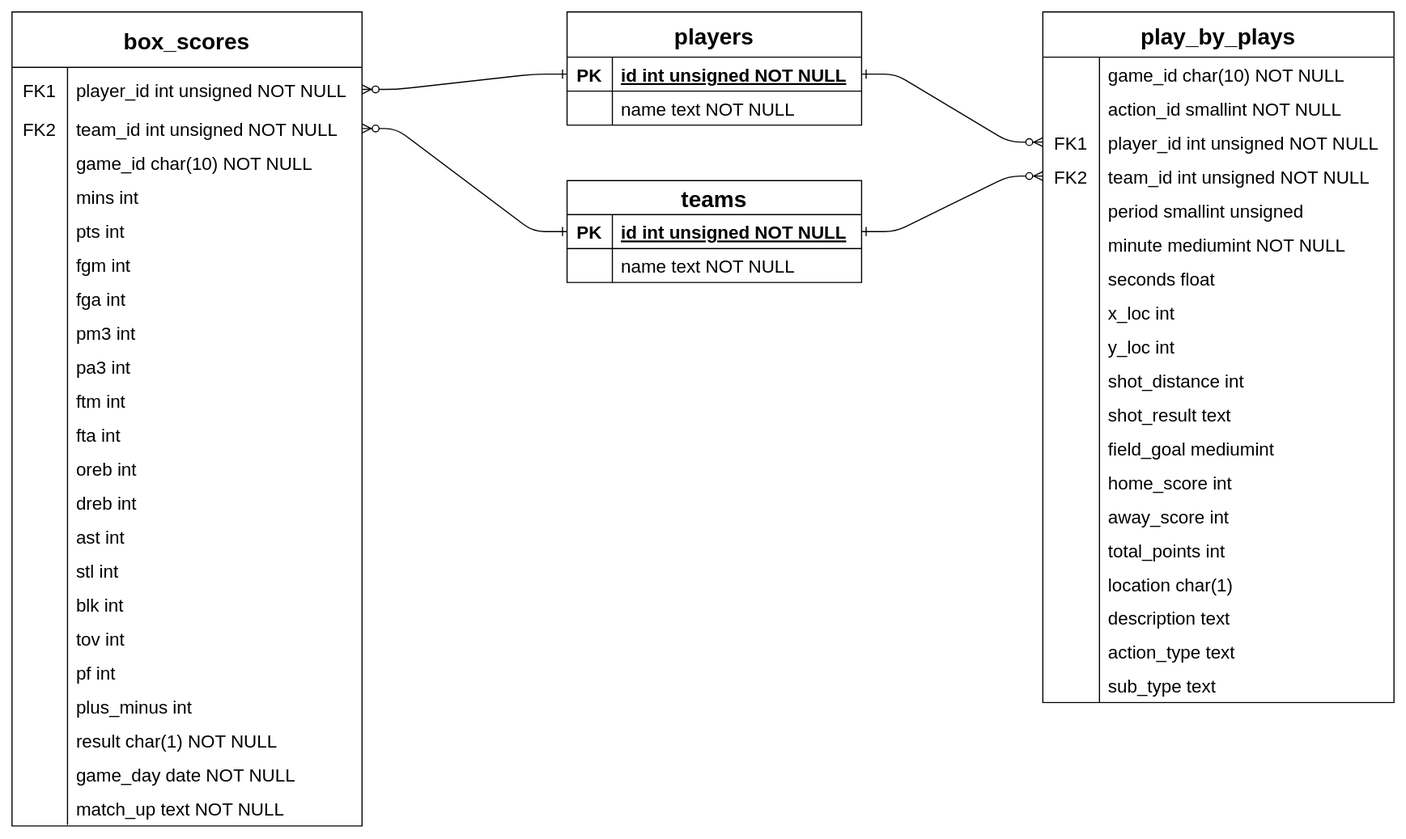
Above: schema.svg in Blunt10K/NBA (draw.io), before the change. Source tidied: cells renumbered, new cells last; positions are measured from the earlier drawing's top-left corner, leaving out a move shared by most shapes.
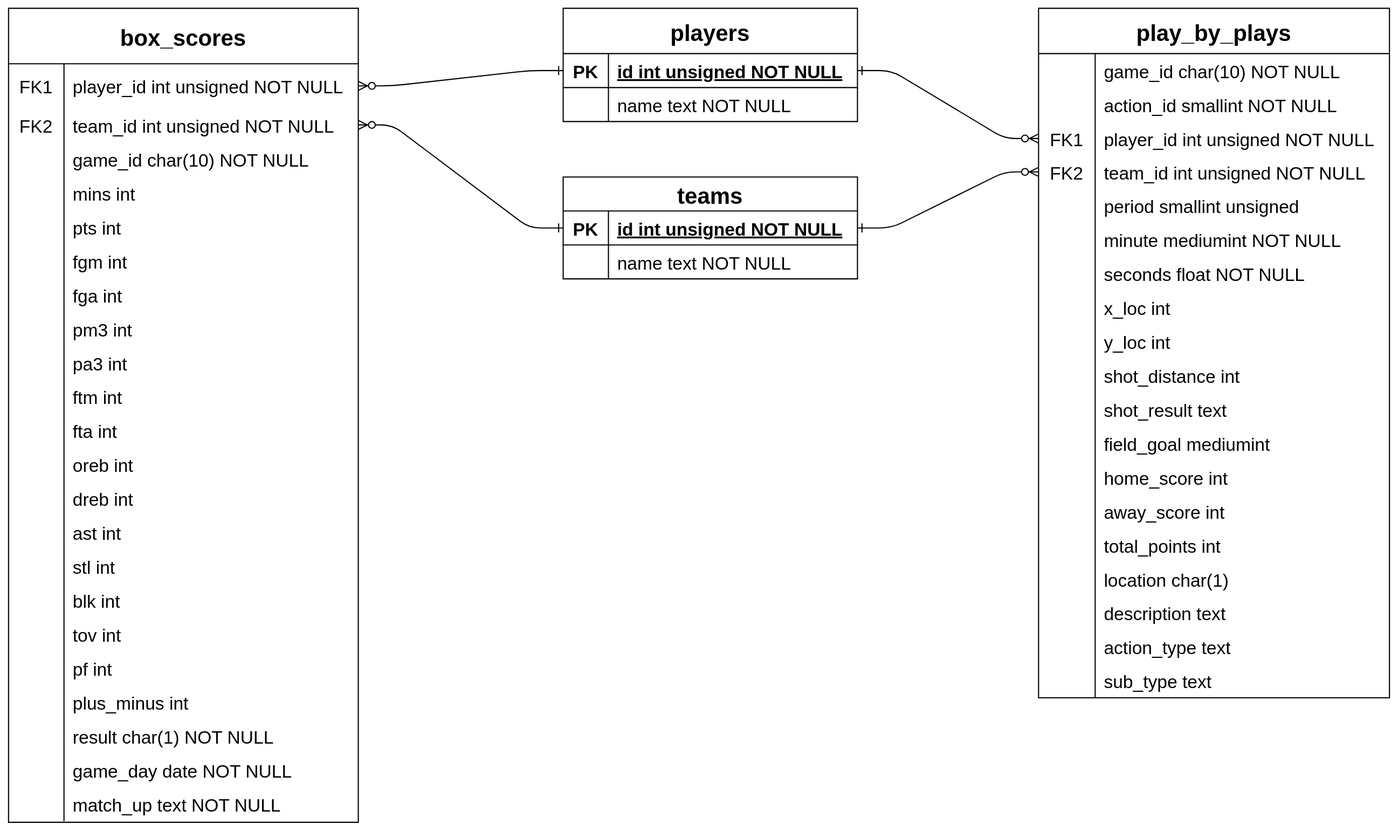
Later version of the same file.

Change to the diagram source:
```diff
@@ -207,7 +207,7 @@
       <mxGeometry x="49" width="260" height="30" as="geometry" />
     </mxCell>
     <mxCell id="70" value="play_by_plays" style="shape=table;startSize=40;rowLines=0;fontStyle=1;align=center;fontSize=20;" parent="1" vertex="1">
-      <mxGeometry x="910" width="310" height="610" as="geometry" />
+      <mxGeometry x="910" width="310" height="609" as="geometry" />
     </mxCell>
     <mxCell id="71" style="shape=tableRow;horizontal=0;startSize=0;swimlaneHead=0;swimlaneBody=0;fillColor=none;top=0;left=0;right=0;bottom=0;" parent="70" vertex="1">
       <mxGeometry y="40" width="310" height="30" as="geometry" />
@@ -237,16 +237,16 @@
       <mxGeometry x="50" width="260" height="30" as="geometry" />
     </mxCell>
     <mxCell id="80" style="shape=tableRow;horizontal=0;startSize=0;swimlaneHead=0;swimlaneBody=0;fillColor=none;points=[[0,0.5],[1,0.5]];portConstraint=eastwest;top=0;left=0;right=0;bottom=0;" parent="70" vertex="1">
-      <mxGeometry y="130" width="310" height="30" as="geometry" />
+      <mxGeometry y="130" width="310" height="29" as="geometry" />
     </mxCell>
     <mxCell id="81" value="FK2" style="shape=partialRectangle;fillColor=none;top=0;left=0;bottom=0;right=0;fontStyle=0;overflow=hidden;fontSize=16;" parent="80" vertex="1">
-      <mxGeometry width="50" height="30" as="geometry" />
+      <mxGeometry width="50" height="29" as="geometry" />
     </mxCell>
     <mxCell id="82" value="team_id int unsigned NOT NULL" style="shape=partialRectangle;fillColor=none;top=0;left=0;bottom=0;right=0;align=left;spacingLeft=6;fontStyle=0;overflow=hidden;fontSize=16;" parent="80" vertex="1">
-      <mxGeometry x="50" width="260" height="30" as="geometry" />
+      <mxGeometry x="50" width="260" height="29" as="geometry" />
     </mxCell>
     <mxCell id="83" style="shape=tableRow;horizontal=0;startSize=0;swimlaneHead=0;swimlaneBody=0;fillColor=none;top=0;left=0;right=0;bottom=0;" parent="70" vertex="1">
-      <mxGeometry y="160" width="310" height="30" as="geometry" />
+      <mxGeometry y="159" width="310" height="30" as="geometry" />
     </mxCell>
     <mxCell id="84" style="shape=partialRectangle;fillColor=none;top=0;left=0;bottom=0;right=0;overflow=hidden;fontSize=16;" parent="83" vertex="1">
       <mxGeometry width="50" height="30" as="geometry" />
@@ -255,7 +255,7 @@
       <mxGeometry x="50" width="260" height="30" as="geometry" />
     </mxCell>
     <mxCell id="86" style="shape=tableRow;horizontal=0;startSize=0;swimlaneHead=0;swimlaneBody=0;fillColor=none;top=0;left=0;right=0;bottom=0;" parent="70" vertex="1">
-      <mxGeometry y="190" width="310" height="30" as="geometry" />
+      <mxGeometry y="189" width="310" height="30" as="geometry" />
     </mxCell>
     <mxCell id="87" style="shape=partialRectangle;fillColor=none;top=0;left=0;bottom=0;right=0;overflow=hidden;fontSize=16;" parent="86" vertex="1">
       <mxGeometry width="50" height="30" as="geometry" />
@@ -264,16 +264,16 @@
       <mxGeometry x="50" width="260" height="30" as="geometry" />
     </mxCell>
     <mxCell id="89" style="shape=tableRow;horizontal=0;startSize=0;swimlaneHead=0;swimlaneBody=0;fillColor=none;top=0;left=0;right=0;bottom=0;" parent="70" vertex="1">
-      <mxGeometry y="220" width="310" height="30" as="geometry" />
+      <mxGeometry y="219" width="310" height="30" as="geometry" />
     </mxCell>
     <mxCell id="90" style="shape=partialRectangle;fillColor=none;top=0;left=0;bottom=0;right=0;overflow=hidden;fontSize=16;" parent="89" vertex="1">
       <mxGeometry width="50" height="30" as="geometry" />
     </mxCell>
-    <mxCell id="91" value="seconds float" style="shape=partialRectangle;fillColor=none;top=0;left=0;bottom=0;right=0;align=left;spacingLeft=6;overflow=hidden;fontSize=16;" parent="89" vertex="1">
+    <mxCell id="91" value="seconds float NOT NULL" style="shape=partialRectangle;fillColor=none;top=0;left=0;bottom=0;right=0;align=left;spacingLeft=6;overflow=hidden;fontSize=16;" parent="89" vertex="1">
       <mxGeometry x="50" width="260" height="30" as="geometry" />
     </mxCell>
     <mxCell id="92" style="shape=tableRow;horizontal=0;startSize=0;swimlaneHead=0;swimlaneBody=0;fillColor=none;top=0;left=0;right=0;bottom=0;" parent="70" vertex="1">
-      <mxGeometry y="250" width="310" height="30" as="geometry" />
+      <mxGeometry y="249" width="310" height="30" as="geometry" />
     </mxCell>
     <mxCell id="93" style="shape=partialRectangle;fillColor=none;top=0;left=0;bottom=0;right=0;overflow=hidden;fontSize=16;" parent="92" vertex="1">
       <mxGeometry width="50" height="30" as="geometry" />
@@ -282,7 +282,7 @@
       <mxGeometry x="50" width="260" height="30" as="geometry" />
     </mxCell>
     <mxCell id="95" style="shape=tableRow;horizontal=0;startSize=0;swimlaneHead=0;swimlaneBody=0;fillColor=none;top=0;left=0;right=0;bottom=0;" parent="70" vertex="1">
-      <mxGeometry y="280" width="310" height="30" as="geometry" />
+      <mxGeometry y="279" width="310" height="30" as="geometry" />
     </mxCell>
     <mxCell id="96" style="shape=partialRectangle;fillColor=none;top=0;left=0;bottom=0;right=0;overflow=hidden;fontSize=16;" parent="95" vertex="1">
       <mxGeometry width="50" height="30" as="geometry" />
@@ -291,7 +291,7 @@
       <mxGeometry x="50" width="260" height="30" as="geometry" />
     </mxCell>
     <mxCell id="98" style="shape=tableRow;horizontal=0;startSize=0;swimlaneHead=0;swimlaneBody=0;fillColor=none;top=0;left=0;right=0;bottom=0;" parent="70" vertex="1">
-      <mxGeometry y="310" width="310" height="30" as="geometry" />
+      <mxGeometry y="309" width="310" height="30" as="geometry" />
     </mxCell>
     <mxCell id="99" style="shape=partialRectangle;fillColor=none;top=0;left=0;bottom=0;right=0;overflow=hidden;fontSize=16;" parent="98" vertex="1">
       <mxGeometry width="50" height="30" as="geometry" />
@@ -300,7 +300,7 @@
       <mxGeometry x="50" width="260" height="30" as="geometry" />
     </mxCell>
     <mxCell id="101" style="shape=tableRow;horizontal=0;startSize=0;swimlaneHead=0;swimlaneBody=0;fillColor=none;top=0;left=0;right=0;bottom=0;" parent="70" vertex="1">
-      <mxGeometry y="340" width="310" height="30" as="geometry" />
+      <mxGeometry y="339" width="310" height="30" as="geometry" />
     </mxCell>
     <mxCell id="102" style="shape=partialRectangle;fillColor=none;top=0;left=0;bottom=0;right=0;overflow=hidden;fontSize=16;" parent="101" vertex="1">
       <mxGeometry width="50" height="30" as="geometry" />
@@ -309,7 +309,7 @@
       <mxGeometry x="50" width="260" height="30" as="geometry" />
     </mxCell>
     <mxCell id="104" style="shape=tableRow;horizontal=0;startSize=0;swimlaneHead=0;swimlaneBody=0;fillColor=none;top=0;left=0;right=0;bottom=0;" parent="70" vertex="1">
-      <mxGeometry y="370" width="310" height="30" as="geometry" />
+      <mxGeometry y="369" width="310" height="30" as="geometry" />
     </mxCell>
     <mxCell id="105" style="shape=partialRectangle;fillColor=none;top=0;left=0;bottom=0;right=0;overflow=hidden;fontSize=16;" parent="104" vertex="1">
       <mxGeometry width="50" height="30" as="geometry" />
@@ -318,7 +318,7 @@
       <mxGeometry x="50" width="260" height="30" as="geometry" />
     </mxCell>
     <mxCell id="107" style="shape=tableRow;horizontal=0;startSize=0;swimlaneHead=0;swimlaneBody=0;fillColor=none;top=0;left=0;right=0;bottom=0;" parent="70" vertex="1">
-      <mxGeometry y="400" width="310" height="30" as="geometry" />
+      <mxGeometry y="399" width="310" height="30" as="geometry" />
     </mxCell>
     <mxCell id="108" style="shape=partialRectangle;fillColor=none;top=0;left=0;bottom=0;right=0;overflow=hidden;fontSize=16;" parent="107" vertex="1">
       <mxGeometry width="50" height="30" as="geometry" />
@@ -327,7 +327,7 @@
       <mxGeometry x="50" width="260" height="30" as="geometry" />
     </mxCell>
     <mxCell id="110" style="shape=tableRow;horizontal=0;startSize=0;swimlaneHead=0;swimlaneBody=0;fillColor=none;top=0;left=0;right=0;bottom=0;" parent="70" vertex="1">
-      <mxGeometry y="430" width="310" height="30" as="geometry" />
+      <mxGeometry y="429" width="310" height="30" as="geometry" />
     </mxCell>
     <mxCell id="111" style="shape=partialRectangle;fillColor=none;top=0;left=0;bottom=0;right=0;overflow=hidden;fontSize=16;" parent="110" vertex="1">
       <mxGeometry width="50" height="30" as="geometry" />
@@ -336,7 +336,7 @@
       <mxGeometry x="50" width="260" height="30" as="geometry" />
     </mxCell>
     <mxCell id="113" style="shape=tableRow;horizontal=0;startSize=0;swimlaneHead=0;swimlaneBody=0;fillColor=none;top=0;left=0;right=0;bottom=0;" parent="70" vertex="1">
-      <mxGeometry y="460" width="310" height="30" as="geometry" />
+      <mxGeometry y="459" width="310" height="30" as="geometry" />
     </mxCell>
     <mxCell id="114" style="shape=partialRectangle;fillColor=none;top=0;left=0;bottom=0;right=0;overflow=hidden;fontSize=16;" parent="113" vertex="1">
       <mxGeometry width="50" height="30" as="geometry" />
@@ -345,7 +345,7 @@
       <mxGeometry x="50" width="260" height="30" as="geometry" />
     </mxCell>
     <mxCell id="116" style="shape=tableRow;horizontal=0;startSize=0;swimlaneHead=0;swimlaneBody=0;fillColor=none;top=0;left=0;right=0;bottom=0;" parent="70" vertex="1">
-      <mxGeometry y="490" width="310" height="30" as="geometry" />
+      <mxGeometry y="489" width="310" height="30" as="geometry" />
     </mxCell>
     <mxCell id="117" style="shape=partialRectangle;fillColor=none;top=0;left=0;bottom=0;right=0;overflow=hidden;fontSize=16;" parent="116" vertex="1">
       <mxGeometry width="50" height="30" as="geometry" />
@@ -354,7 +354,7 @@
       <mxGeometry x="50" width="260" height="30" as="geometry" />
     </mxCell>
     <mxCell id="119" style="shape=tableRow;horizontal=0;startSize=0;swimlaneHead=0;swimlaneBody=0;fillColor=none;top=0;left=0;right=0;bottom=0;" parent="70" vertex="1">
-      <mxGeometry y="520" width="310" height="30" as="geometry" />
+      <mxGeometry y="519" width="310" height="30" as="geometry" />
     </mxCell>
     <mxCell id="120" style="shape=partialRectangle;fillColor=none;top=0;left=0;bottom=0;right=0;overflow=hidden;fontSize=16;" parent="119" vertex="1">
       <mxGeometry width="50" height="30" as="geometry" />
@@ -363,7 +363,7 @@
       <mxGeometry x="50" width="260" height="30" as="geometry" />
     </mxCell>
     <mxCell id="122" style="shape=tableRow;horizontal=0;startSize=0;swimlaneHead=0;swimlaneBody=0;fillColor=none;top=0;left=0;right=0;bottom=0;" parent="70" vertex="1">
-      <mxGeometry y="550" width="310" height="30" as="geometry" />
+      <mxGeometry y="549" width="310" height="30" as="geometry" />
     </mxCell>
     <mxCell id="123" style="shape=partialRectangle;fillColor=none;top=0;left=0;bottom=0;right=0;overflow=hidden;fontSize=16;" parent="122" vertex="1">
       <mxGeometry width="50" height="30" as="geometry" />
@@ -372,7 +372,7 @@
       <mxGeometry x="50" width="260" height="30" as="geometry" />
     </mxCell>
     <mxCell id="125" style="shape=tableRow;horizontal=0;startSize=0;swimlaneHead=0;swimlaneBody=0;fillColor=none;top=0;left=0;right=0;bottom=0;" parent="70" vertex="1">
-      <mxGeometry y="580" width="310" height="30" as="geometry" />
+      <mxGeometry y="579" width="310" height="30" as="geometry" />
     </mxCell>
     <mxCell id="126" style="shape=partialRectangle;fillColor=none;top=0;left=0;bottom=0;right=0;overflow=hidden;fontSize=16;" parent="125" vertex="1">
       <mxGeometry width="50" height="30" as="geometry" />
```
